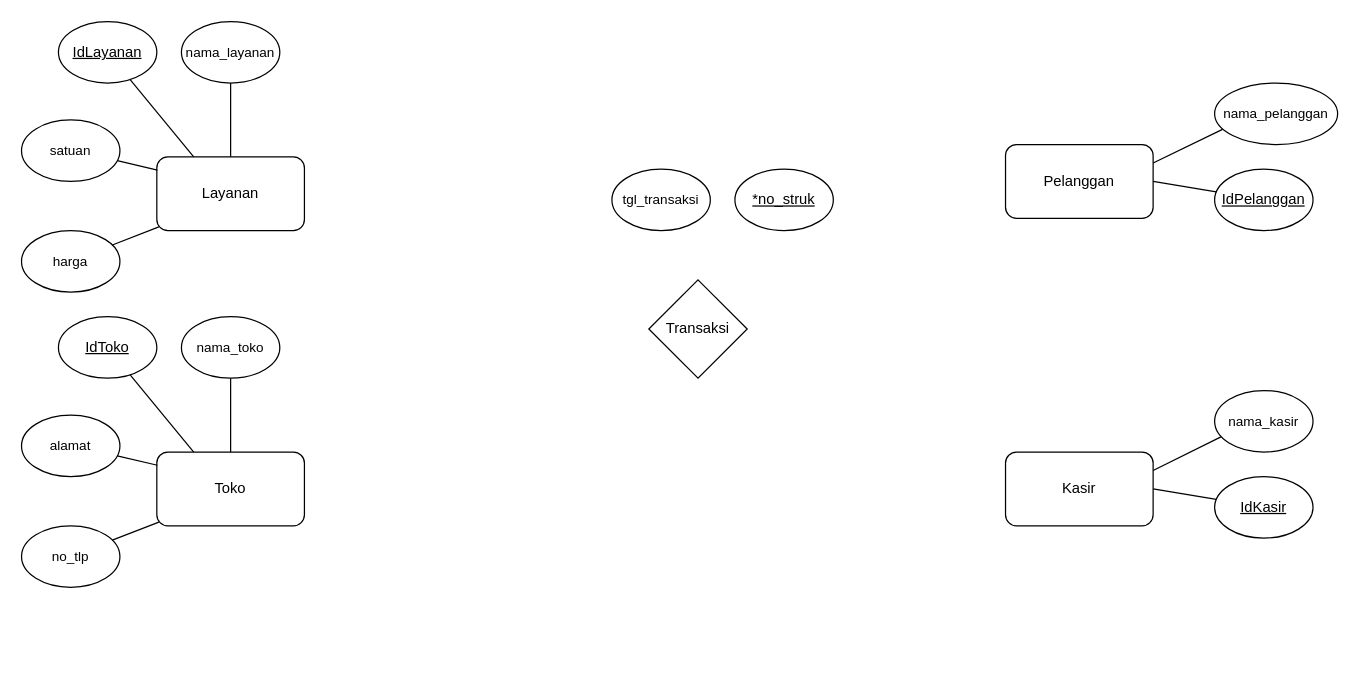
xnoname2003/flowchart keeps this draw.io diagram as Untitled Diagram.drawio. Above is the earlier version. Source tidied: cells renumbered, new cells numbered last; positions are measured from the earlier drawing's top-left corner, leaving out a move shared by most shapes. Both pictures are drawn from the tidied source at 123%, with x=0, y=0 at pixel (21, 21).
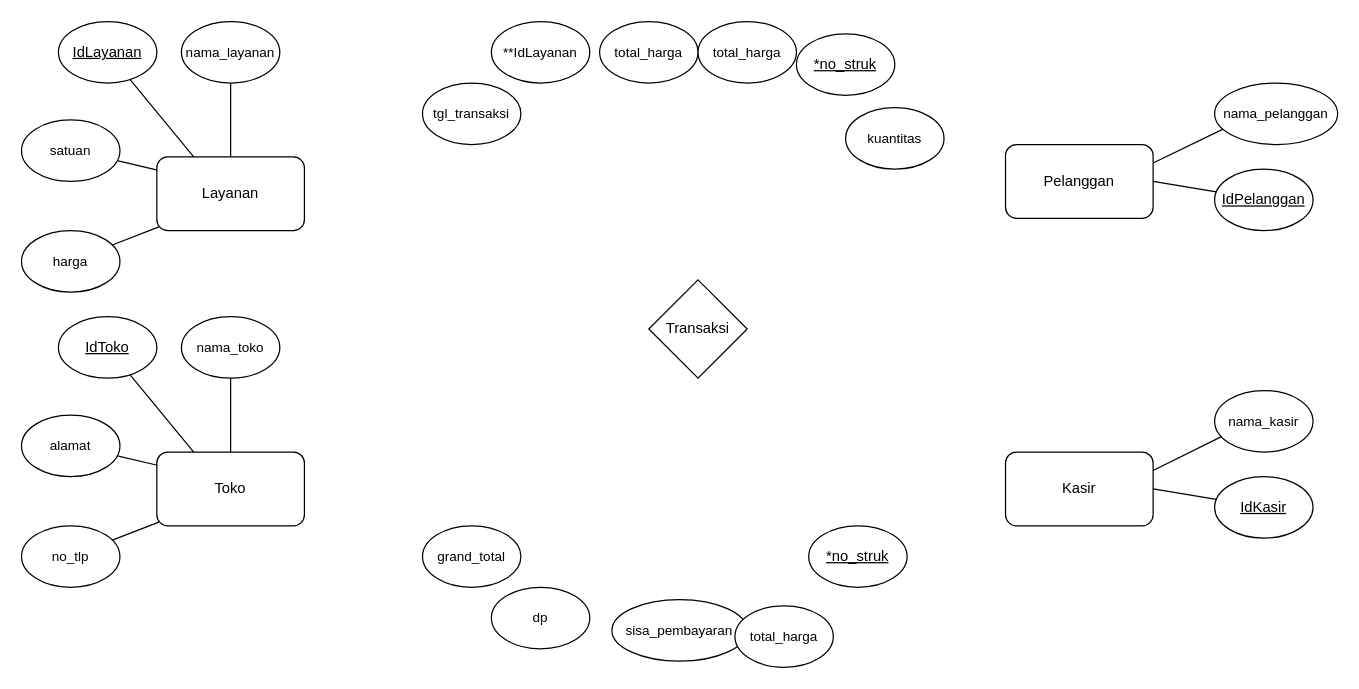
Above is the later version.

Change to the diagram source:
```diff
@@
     <mxCell id="31" value="&lt;u&gt;*no_struk&lt;/u&gt;" style="ellipse;whiteSpace=wrap;html=1;" parent="1" vertex="1">
-      <mxGeometry x="580" y="120" width="80" height="50" as="geometry" />
+      <mxGeometry x="630" y="10" width="80" height="50" as="geometry" />
     </mxCell>
-    <mxCell id="32" value="&lt;font style=&quot;font-size: 11px;&quot;&gt;tgl_transaksi&lt;/font&gt;" style="ellipse;whiteSpace=wrap;html=1;" parent="1" vertex="1">
-      <mxGeometry x="480" y="120" width="80" height="50" as="geometry" />
+    <mxCell id="32" value="&lt;font style=&quot;font-size: 11px;&quot;&gt;**IdLayanan&lt;/font&gt;" style="ellipse;whiteSpace=wrap;html=1;" parent="1" vertex="1">
+      <mxGeometry x="382" width="80" height="50" as="geometry" />
     </mxCell>
+    <mxCell id="33" value="&lt;font style=&quot;font-size: 11px;&quot;&gt;tgl_transaksi&lt;/font&gt;" style="ellipse;whiteSpace=wrap;html=1;" parent="1" vertex="1">
+      <mxGeometry x="326" y="50" width="80" height="50" as="geometry" />
+    </mxCell>
+    <mxCell id="34" value="&lt;font style=&quot;font-size: 11px;&quot;&gt;kuantitas&lt;/font&gt;" style="ellipse;whiteSpace=wrap;html=1;" parent="1" vertex="1">
+      <mxGeometry x="670" y="70" width="80" height="50" as="geometry" />
+    </mxCell>
+    <mxCell id="35" value="&lt;font style=&quot;font-size: 11px;&quot;&gt;total_harga&lt;/font&gt;" style="ellipse;whiteSpace=wrap;html=1;" parent="1" vertex="1">
+      <mxGeometry x="470" width="80" height="50" as="geometry" />
+    </mxCell>
+    <mxCell id="36" value="&lt;font style=&quot;font-size: 11px;&quot;&gt;total_harga&lt;/font&gt;" style="ellipse;whiteSpace=wrap;html=1;" parent="1" vertex="1">
+      <mxGeometry x="550" width="80" height="50" as="geometry" />
+    </mxCell>
+    <mxCell id="37" value="&lt;u&gt;*no_struk&lt;/u&gt;" style="ellipse;whiteSpace=wrap;html=1;" parent="1" vertex="1">
+      <mxGeometry x="640" y="410" width="80" height="50" as="geometry" />
+    </mxCell>
+    <mxCell id="38" value="&lt;span style=&quot;font-size: 11px;&quot;&gt;dp&lt;/span&gt;" style="ellipse;whiteSpace=wrap;html=1;" parent="1" vertex="1">
+      <mxGeometry x="382" y="460" width="80" height="50" as="geometry" />
+    </mxCell>
+    <mxCell id="39" value="&lt;font style=&quot;font-size: 11px;&quot;&gt;grand_total&lt;/font&gt;" style="ellipse;whiteSpace=wrap;html=1;" parent="1" vertex="1">
+      <mxGeometry x="326" y="410" width="80" height="50" as="geometry" />
+    </mxCell>
+    <mxCell id="40" value="&lt;font style=&quot;font-size: 11px;&quot;&gt;sisa_pembayaran&lt;/font&gt;" style="ellipse;whiteSpace=wrap;html=1;" parent="1" vertex="1">
+      <mxGeometry x="480" y="470" width="110" height="50" as="geometry" />
+    </mxCell>
+    <mxCell id="41" value="&lt;font style=&quot;font-size: 11px;&quot;&gt;total_harga&lt;/font&gt;" style="ellipse;whiteSpace=wrap;html=1;" parent="1" vertex="1">
+      <mxGeometry x="580" y="475" width="80" height="50" as="geometry" />
+    </mxCell>
```
